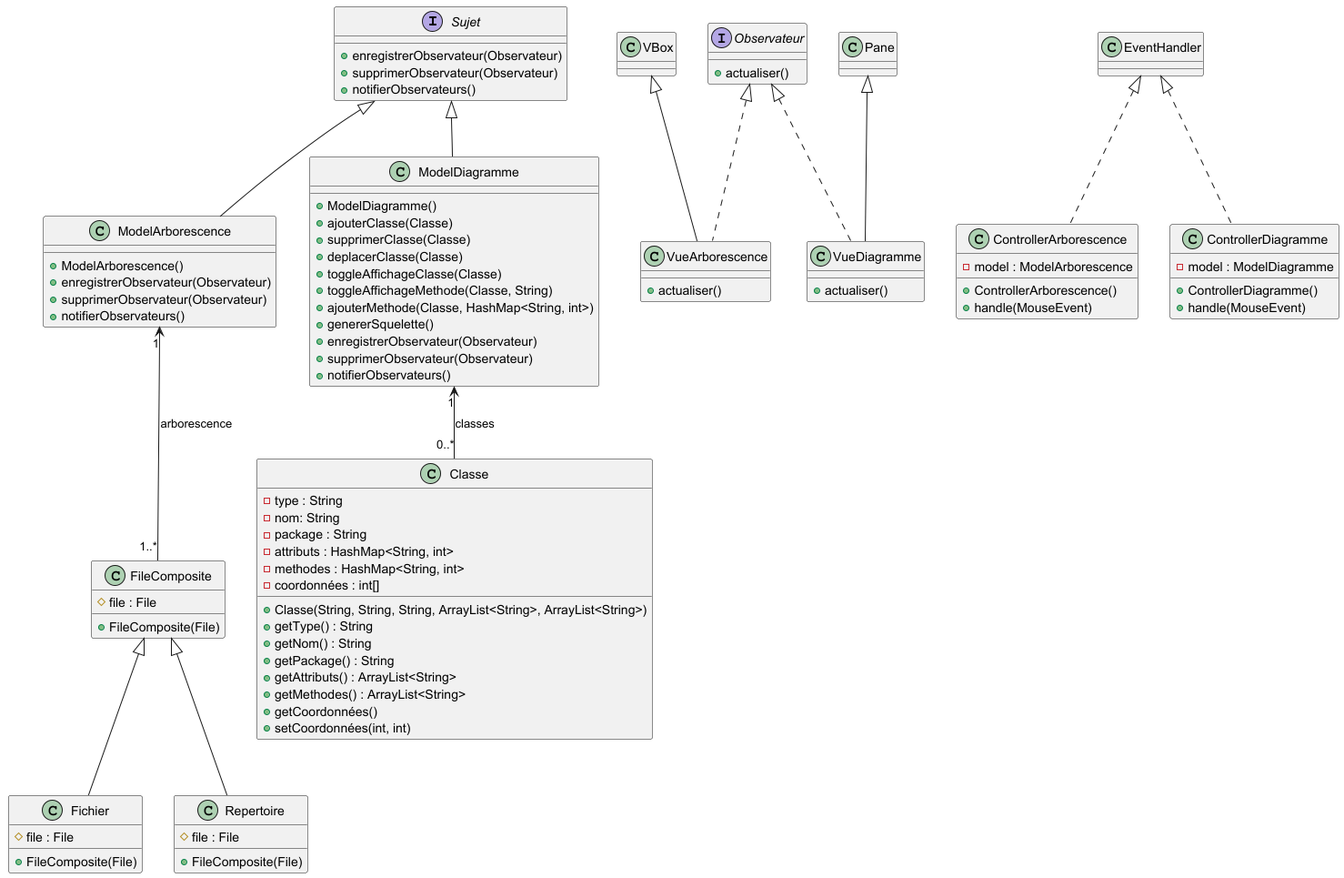
Above: Documents/Iteration1/DiagrammeDeClasse.png in ByZorks/SAE-3.01 (PlantUML), before the change.
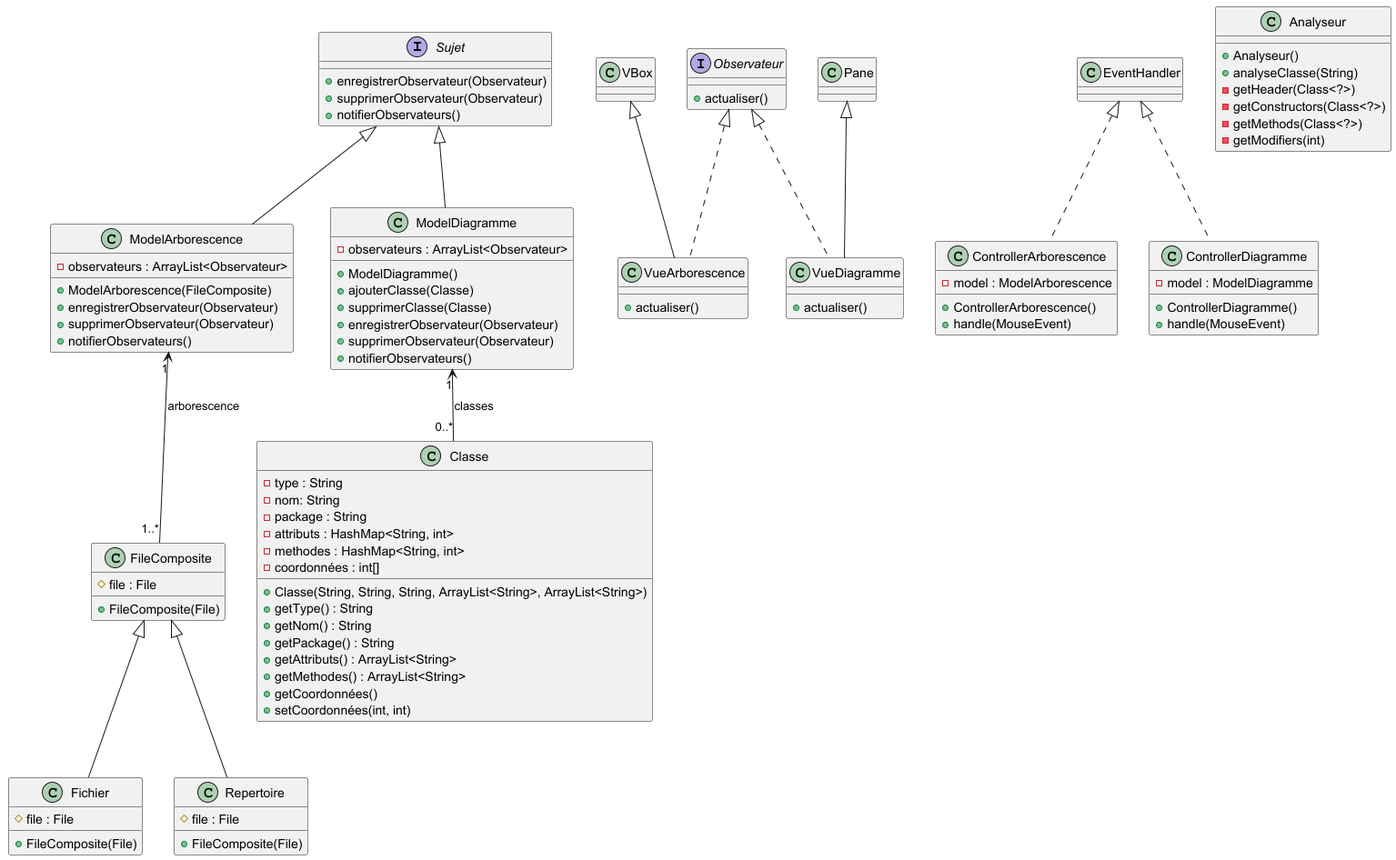
Above is the later version.

Commit message:
diag classe

Change to the diagram source:
```diff
@@ -18,21 +18,18 @@
 }
 
 class ModelArborescence {
-    + ModelArborescence()
+    - observateurs : ArrayList<Observateur>
+    + ModelArborescence(FileComposite)
     + enregistrerObservateur(Observateur)
     + supprimerObservateur(Observateur)
     + notifierObservateurs()
 }
 
 class ModelDiagramme {
+    - observateurs : ArrayList<Observateur>
     + ModelDiagramme()
     + ajouterClasse(Classe)
     + supprimerClasse(Classe)
-    + deplacerClasse(Classe)
-    + toggleAffichageClasse(Classe)
-    + toggleAffichageMethode(Classe, String)
-    + ajouterMethode(Classe, HashMap<String, int>)
-    + genererSquelette()
     + enregistrerObservateur(Observateur)
     + supprimerObservateur(Observateur)
     + notifierObservateurs()
@@ -82,6 +79,15 @@
     + setCoordonnées(int, int)
 }
 
+class Analyseur {
+    + Analyseur()
+    + analyseClasse(String)
+    - getHeader(Class<?>)
+    - getConstructors(Class<?>)
+    - getMethods(Class<?>)
+    - getModifiers(int)
+}
+
 Sujet <|-- ModelArborescence
 Sujet <|-- ModelDiagramme
 
```
